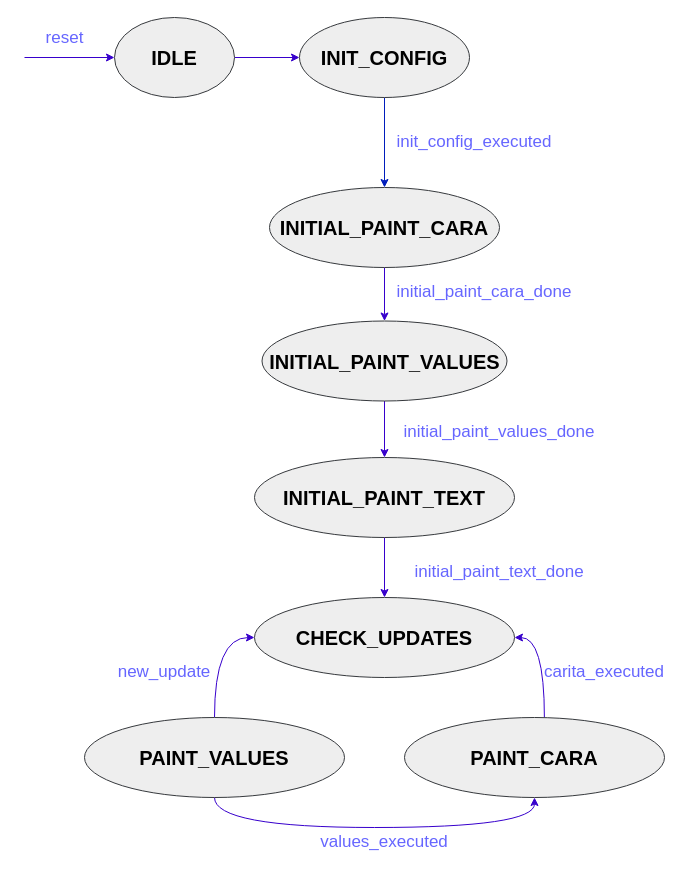
Before: page "fsm_controller_lcd" (3 of 7) of figs/LCD_diagramas.drawio in unal-edigital1-lab/entrega-1-proyecto-grupo01-2024-1, a draw.io diagram. Source tidied: cells renumbered, new cells numbered last; positions are measured from the earlier drawing's top-left corner, leaving out a move shared by most shapes. Both pictures are drawn from the tidied source at 100%, with x=0, y=0 at pixel (24, 17).
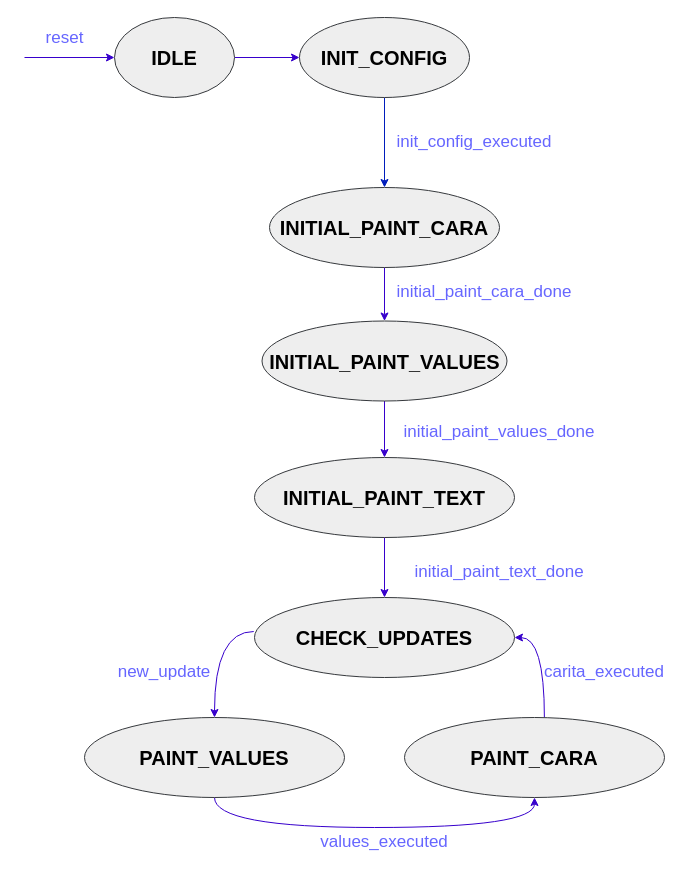
The same page after the edit.

Unchanged cells that the change refers to:
```xml
<mxCell id="12" value="&lt;span style=&quot;font-size: 20px;&quot;&gt;&lt;b&gt;CHECK_UPDATES&lt;/b&gt;&lt;/span&gt;" style="ellipse;whiteSpace=wrap;html=1;fillColor=#eeeeee;strokeColor=#36393d;" parent="1" vertex="1">
  <mxGeometry x="230" y="580" width="260" height="80" as="geometry" />
</mxCell>
<mxCell id="15" value="&lt;span style=&quot;font-size: 20px;&quot;&gt;&lt;b&gt;PAINT_VALUES&lt;/b&gt;&lt;/span&gt;" style="ellipse;whiteSpace=wrap;html=1;fillColor=#eeeeee;strokeColor=#36393d;" parent="1" vertex="1">
  <mxGeometry x="60" y="700" width="260" height="80" as="geometry" />
</mxCell>
```

What changed in the source:
```diff
@@
-    <mxCell id="14" style="edgeStyle=orthogonalEdgeStyle;rounded=0;jettySize=auto;html=1;entryX=0;entryY=0.5;entryDx=0;entryDy=0;curved=1;fillColor=#6a00ff;strokeColor=#3700CC;" parent="1" edge="1" source="15" target="12">
+    <mxCell id="14" style="edgeStyle=orthogonalEdgeStyle;rounded=0;jettySize=auto;html=1;entryX=0.5;entryY=0;entryDx=0;entryDy=0;curved=1;fillColor=#6a00ff;strokeColor=#3700CC;exitX=-0.003;exitY=0.425;exitDx=0;exitDy=0;exitPerimeter=0;" parent="1" edge="1" source="12" target="15">
       <mxGeometry relative="1" as="geometry" />
     </mxCell>
```
